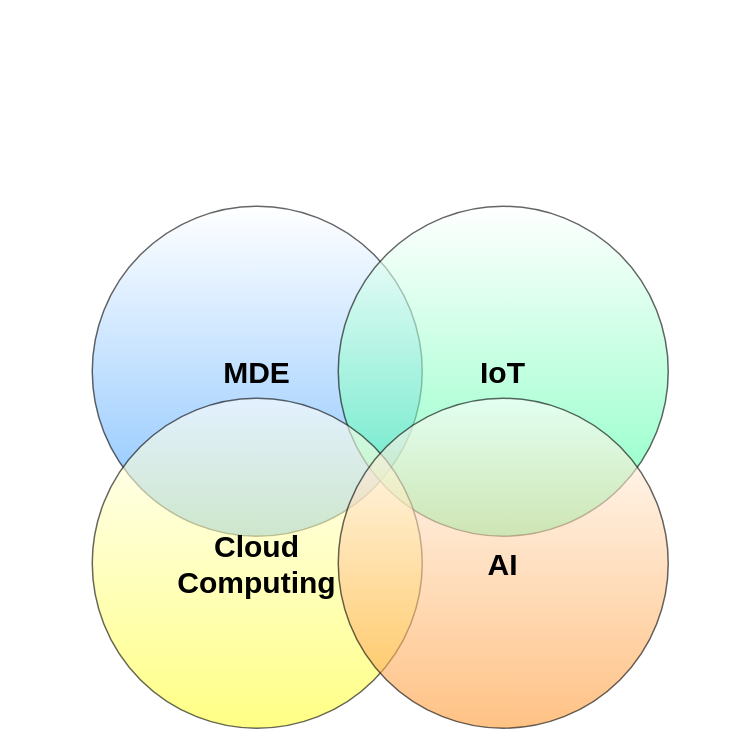
Earlier version of the draw.io diagram page "Research Overview" (13 of 13) of WinWorkFlow.drawio (MajidGitHubRepos/AllDiagrams). Source tidied: cells renumbered, new cells numbered last; positions are measured from the earlier drawing's top-left corner, leaving out a move shared by most shapes. Both pictures are drawn from the tidied source at 150%, with x=0, y=0 at pixel (92, 206).
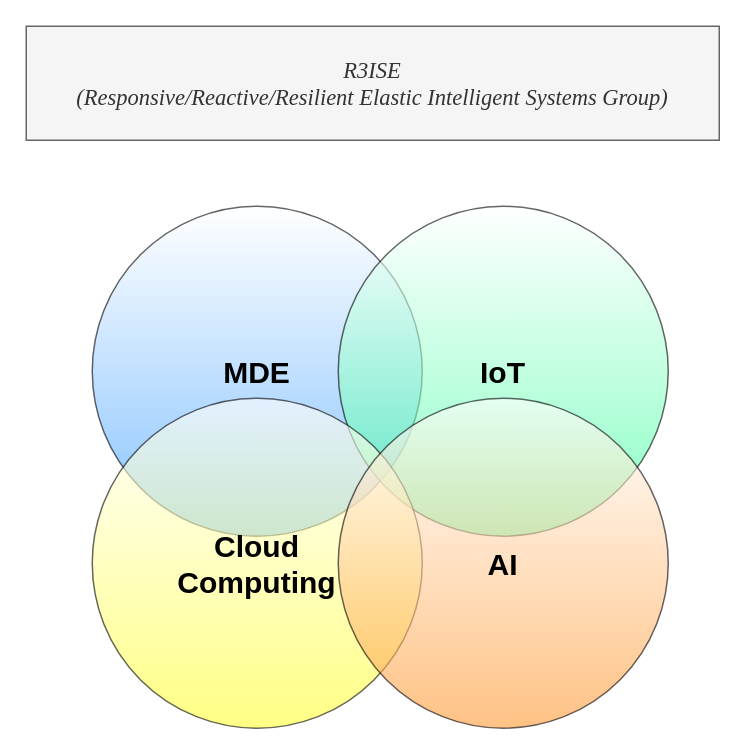
Above is the later version.

The edit, as a diff of the source:
```diff
@@
 <mxGraphModel>
   <root>
     <mxCell id="0" />
     <mxCell id="1" parent="0" />
     <mxCell id="2" value="&lt;font style=&quot;font-size: 20px;&quot;&gt;&lt;b&gt;MDE&lt;/b&gt;&lt;/font&gt;" style="ellipse;whiteSpace=wrap;html=1;gradientColor=#3399FF;labelBackgroundColor=none;opacity=60;" parent="1" vertex="1">
       <mxGeometry width="220" height="220" as="geometry" />
     </mxCell>
     <mxCell id="3" value="&lt;b&gt;&lt;font style=&quot;font-size: 20px;&quot;&gt;IoT&lt;/font&gt;&lt;/b&gt;" style="ellipse;whiteSpace=wrap;html=1;gradientColor=#33FF99;labelBackgroundColor=none;opacity=60;" parent="1" vertex="1">
       <mxGeometry x="164" width="220" height="220" as="geometry" />
     </mxCell>
     <mxCell id="4" value="&lt;b&gt;&lt;font style=&quot;font-size: 20px;&quot;&gt;Cloud&lt;br&gt;Computing&lt;br&gt;&lt;/font&gt;&lt;/b&gt;" style="ellipse;whiteSpace=wrap;html=1;gradientColor=#FFFF33;labelBackgroundColor=none;opacity=60;" parent="1" vertex="1">
       <mxGeometry y="128" width="220" height="220" as="geometry" />
     </mxCell>
     <mxCell id="5" value="&lt;b&gt;&lt;font style=&quot;font-size: 20px;&quot;&gt;AI&lt;br&gt;&lt;/font&gt;&lt;/b&gt;" style="ellipse;whiteSpace=wrap;html=1;gradientColor=#FF9933;labelBackgroundColor=none;opacity=60;" parent="1" vertex="1">
       <mxGeometry x="164" y="128" width="220" height="220" as="geometry" />
     </mxCell>
+    <mxCell id="6" value="&lt;i style=&quot;font-size: 15px;&quot;&gt;&lt;font style=&quot;font-size: 15px;&quot; face=&quot;Times New Roman&quot;&gt;&lt;span style=&quot;font-size: 15px;&quot;&gt;R&lt;/span&gt;&lt;span style=&quot;&quot;&gt;3&lt;/span&gt;&lt;span style=&quot;font-size: 15px;&quot;&gt;ISE&lt;/span&gt;&lt;br&gt;&lt;span style=&quot;font-size: 15px;&quot;&gt;(Responsive/Reactive/Resilient Elastic Intelligent Systems Group)&lt;/span&gt;&lt;/font&gt;&lt;/i&gt;" style="text;html=1;strokeColor=#666666;fillColor=#f5f5f5;align=center;verticalAlign=middle;whiteSpace=wrap;rounded=0;fontColor=#333333;" parent="1" vertex="1">
+      <mxGeometry x="-44" y="-120" width="462" height="76" as="geometry" />
+    </mxCell>
   </root>
 </mxGraphModel>
```
